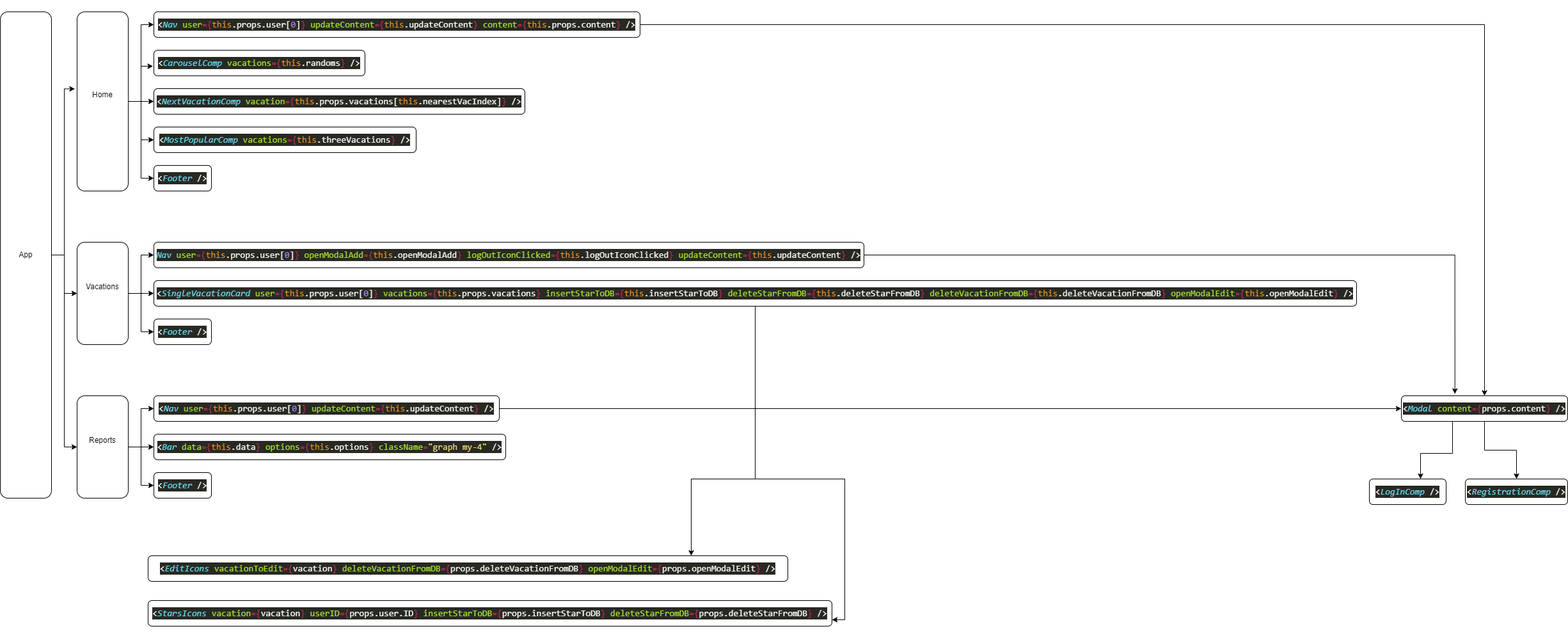
Before: test.png, a diagram exported from draw.io (EllieThor/VacationsReact). Source tidied: cells renumbered, new cells last; positions are measured from the earlier drawing's top-left corner, leaving out a move shared by most shapes.
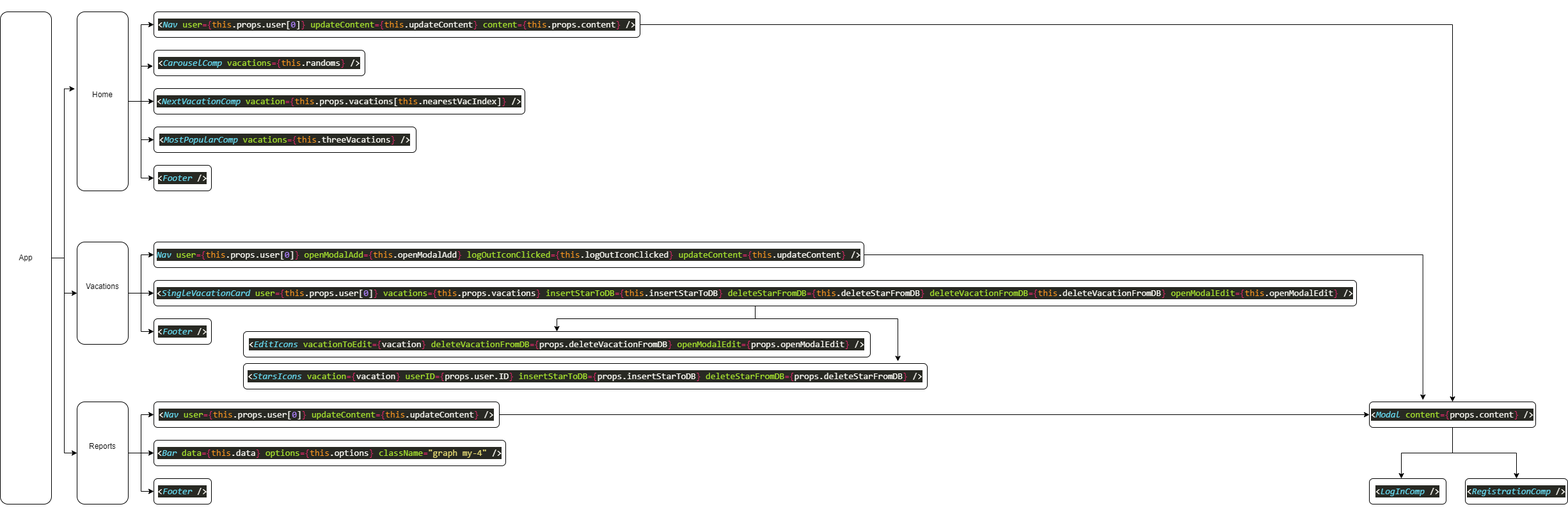
After the change.

Diff of the diagram source:
```diff
@@ -42,7 +42,7 @@
       <mxGeometry relative="1" as="geometry" />
     </mxCell>
     <mxCell id="15" value="&lt;div style=&quot;color: rgb(248 , 248 , 242) ; background-color: rgb(40 , 41 , 35) ; font-family: &amp;#34;consolas&amp;#34; , &amp;#34;courier new&amp;#34; , monospace ; font-size: 14px ; line-height: 19px&quot;&gt;&amp;lt;&lt;span style=&quot;color: #66d9ef ; font-style: italic&quot;&gt;Nav&lt;/span&gt; &lt;span style=&quot;color: #a6e22e&quot;&gt;user&lt;/span&gt;&lt;span style=&quot;color: #f92672&quot;&gt;={&lt;/span&gt;&lt;span style=&quot;color: #fd971f&quot;&gt;this&lt;/span&gt;.props.user[&lt;span style=&quot;color: #ae81ff&quot;&gt;0&lt;/span&gt;]&lt;span style=&quot;color: #f92672&quot;&gt;}&lt;/span&gt; &lt;span style=&quot;color: #a6e22e&quot;&gt;updateContent&lt;/span&gt;&lt;span style=&quot;color: #f92672&quot;&gt;={&lt;/span&gt;&lt;span style=&quot;color: #fd971f&quot;&gt;this&lt;/span&gt;.updateContent&lt;span style=&quot;color: #f92672&quot;&gt;}&lt;/span&gt; /&amp;gt;&lt;/div&gt;" style="whiteSpace=wrap;html=1;rounded=1;" parent="1" vertex="1">
-      <mxGeometry x="240" y="600" width="540" height="40" as="geometry" />
+      <mxGeometry x="240" y="610" width="540" height="40" as="geometry" />
     </mxCell>
     <mxCell id="16" style="edgeStyle=orthogonalEdgeStyle;rounded=0;jettySize=auto;html=1;entryX=0;entryY=0.5;entryDx=0;entryDy=0;" parent="1" edge="1" target="28">
       <mxGeometry relative="1" as="geometry">
@@ -75,13 +75,13 @@
       <mxGeometry relative="1" as="geometry" />
     </mxCell>
     <mxCell id="23" value="Reports&lt;br&gt;&lt;table&gt;&lt;tbody&gt;&lt;tr&gt;&lt;td&gt;&lt;/td&gt;&lt;td&gt;&lt;/td&gt;&lt;td&gt;&lt;br&gt;&lt;/td&gt;&lt;/tr&gt;&lt;/tbody&gt;&lt;/table&gt;" style="whiteSpace=wrap;html=1;rounded=1;" parent="1" vertex="1">
-      <mxGeometry x="120" y="600" width="80" height="160" as="geometry" />
+      <mxGeometry x="120" y="610" width="80" height="160" as="geometry" />
     </mxCell>
     <mxCell id="24" value="&#10;&#10;&lt;div style=&quot;color: rgb(248, 248, 242); background-color: rgb(40, 41, 35); font-family: consolas, &amp;quot;courier new&amp;quot;, monospace; font-weight: normal; font-size: 14px; line-height: 19px;&quot;&gt;&lt;div&gt;&lt;span style=&quot;color: #f8f8f2&quot;&gt;&amp;lt;&lt;/span&gt;&lt;span style=&quot;color: #66d9ef ; font-style: italic&quot;&gt;Bar&lt;/span&gt;&lt;span style=&quot;color: #f8f8f2&quot;&gt; &lt;/span&gt;&lt;span style=&quot;color: #a6e22e&quot;&gt;data&lt;/span&gt;&lt;span style=&quot;color: #f92672&quot;&gt;={&lt;/span&gt;&lt;span style=&quot;color: #fd971f&quot;&gt;this&lt;/span&gt;&lt;span style=&quot;color: #f8f8f2&quot;&gt;.data&lt;/span&gt;&lt;span style=&quot;color: #f92672&quot;&gt;}&lt;/span&gt;&lt;span style=&quot;color: #f8f8f2&quot;&gt; &lt;/span&gt;&lt;span style=&quot;color: #a6e22e&quot;&gt;options&lt;/span&gt;&lt;span style=&quot;color: #f92672&quot;&gt;={&lt;/span&gt;&lt;span style=&quot;color: #fd971f&quot;&gt;this&lt;/span&gt;&lt;span style=&quot;color: #f8f8f2&quot;&gt;.options&lt;/span&gt;&lt;span style=&quot;color: #f92672&quot;&gt;}&lt;/span&gt;&lt;span style=&quot;color: #f8f8f2&quot;&gt; &lt;/span&gt;&lt;span style=&quot;color: #a6e22e&quot;&gt;className&lt;/span&gt;&lt;span style=&quot;color: #f92672&quot;&gt;=&lt;/span&gt;&lt;span style=&quot;color: #e6db74&quot;&gt;&quot;graph my-4&quot;&lt;/span&gt;&lt;span style=&quot;color: #f8f8f2&quot;&gt; &lt;/span&gt;&lt;span style=&quot;color: #f8f8f2&quot;&gt;/&amp;gt;&lt;/span&gt;&lt;/div&gt;&lt;/div&gt;&#10;&#10;" style="whiteSpace=wrap;html=1;rounded=1;" parent="1" vertex="1">
-      <mxGeometry x="240" y="660" width="550" height="40" as="geometry" />
+      <mxGeometry x="240" y="670" width="550" height="40" as="geometry" />
     </mxCell>
     <mxCell id="25" value="&lt;div style=&quot;color: rgb(248 , 248 , 242) ; background-color: rgb(40 , 41 , 35) ; font-family: &amp;#34;consolas&amp;#34; , &amp;#34;courier new&amp;#34; , monospace ; font-size: 14px ; line-height: 19px&quot;&gt;&amp;lt;&lt;span style=&quot;color: #66d9ef ; font-style: italic&quot;&gt;Footer&lt;/span&gt; /&amp;gt;&lt;/div&gt;" style="whiteSpace=wrap;html=1;rounded=1;" parent="1" vertex="1">
-      <mxGeometry x="240" y="720" width="90" height="40" as="geometry" />
+      <mxGeometry x="240" y="730" width="90" height="40" as="geometry" />
     </mxCell>
     <mxCell id="26" style="edgeStyle=orthogonalEdgeStyle;rounded=0;jettySize=auto;html=1;entryX=0.322;entryY=-0.075;entryDx=0;entryDy=0;entryPerimeter=0;" parent="1" edge="1" source="27" target="38">
       <mxGeometry relative="1" as="geometry" />
@@ -92,23 +92,17 @@
     <mxCell id="28" value="&lt;div style=&quot;color: rgb(248 , 248 , 242) ; background-color: rgb(40 , 41 , 35) ; font-family: &amp;#34;consolas&amp;#34; , &amp;#34;courier new&amp;#34; , monospace ; font-size: 14px ; line-height: 19px&quot;&gt;&amp;lt;&lt;span style=&quot;color: #66d9ef ; font-style: italic&quot;&gt;Footer&lt;/span&gt; /&amp;gt;&lt;/div&gt;" style="whiteSpace=wrap;html=1;rounded=1;" parent="1" vertex="1">
       <mxGeometry x="240" y="480" width="90" height="40" as="geometry" />
     </mxCell>
+    <mxCell id="30" style="edgeStyle=orthogonalEdgeStyle;rounded=0;jettySize=auto;html=1;" parent="1" edge="1" source="31" target="42">
+      <mxGeometry relative="1" as="geometry" />
+    </mxCell>
-    <mxCell id="29" style="edgeStyle=orthogonalEdgeStyle;rounded=0;jettySize=auto;html=1;entryX=1;entryY=0.75;entryDx=0;entryDy=0;" parent="1" edge="1" source="31" target="41">
+    <mxCell id="29" style="edgeStyle=orthogonalEdgeStyle;rounded=0;jettySize=auto;html=1;entryX=0.957;entryY=-0.087;entryDx=0;entryDy=0;entryPerimeter=0;" parent="1" edge="1" source="31" target="41">
       <mxGeometry relative="1" as="geometry">
         <Array as="points">
-          <mxPoint x="1180" y="730" />
-          <mxPoint x="1320" y="730" />
-          <mxPoint x="1320" y="950" />
+          <mxPoint x="1180" y="480" />
+          <mxPoint x="1403" y="480" />
         </Array>
       </mxGeometry>
     </mxCell>
-    <mxCell id="30" style="edgeStyle=orthogonalEdgeStyle;rounded=0;jettySize=auto;html=1;" parent="1" edge="1" source="31" target="42">
-      <mxGeometry relative="1" as="geometry">
-        <Array as="points">
-          <mxPoint x="1180" y="730" />
-          <mxPoint x="1080" y="730" />
-        </Array>
-      </mxGeometry>
-    </mxCell>
     <mxCell id="31" value="&#10;&#10;&lt;div style=&quot;color: rgb(248, 248, 242); background-color: rgb(40, 41, 35); font-family: consolas, &amp;quot;courier new&amp;quot;, monospace; font-weight: normal; font-size: 14px; line-height: 19px;&quot;&gt;&lt;div&gt;&lt;span style=&quot;color: #f8f8f2&quot;&gt;&amp;lt;&lt;/span&gt;&lt;span style=&quot;color: #66d9ef ; font-style: italic&quot;&gt;SingleVacationCard&lt;/span&gt;&lt;span style=&quot;color: #f8f8f2&quot;&gt; &lt;/span&gt;&lt;span style=&quot;color: #a6e22e&quot;&gt;user&lt;/span&gt;&lt;span style=&quot;color: #f92672&quot;&gt;={&lt;/span&gt;&lt;span style=&quot;color: #fd971f&quot;&gt;this&lt;/span&gt;&lt;span style=&quot;color: #f8f8f2&quot;&gt;.props.user[&lt;/span&gt;&lt;span style=&quot;color: #ae81ff&quot;&gt;0&lt;/span&gt;&lt;span style=&quot;color: #f8f8f2&quot;&gt;]&lt;/span&gt;&lt;span style=&quot;color: #f92672&quot;&gt;}&lt;/span&gt;&lt;span style=&quot;color: #f8f8f2&quot;&gt; &lt;/span&gt;&lt;span style=&quot;color: #a6e22e&quot;&gt;vacations&lt;/span&gt;&lt;span style=&quot;color: #f92672&quot;&gt;={&lt;/span&gt;&lt;span style=&quot;color: #fd971f&quot;&gt;this&lt;/span&gt;&lt;span style=&quot;color: #f8f8f2&quot;&gt;.props.vacations&lt;/span&gt;&lt;span style=&quot;color: #f92672&quot;&gt;}&lt;/span&gt;&lt;span style=&quot;color: #f8f8f2&quot;&gt; &lt;/span&gt;&lt;span style=&quot;color: #a6e22e&quot;&gt;insertStarToDB&lt;/span&gt;&lt;span style=&quot;color: #f92672&quot;&gt;={&lt;/span&gt;&lt;span style=&quot;color: #fd971f&quot;&gt;this&lt;/span&gt;&lt;span style=&quot;color: #f8f8f2&quot;&gt;.insertStarToDB&lt;/span&gt;&lt;span style=&quot;color: #f92672&quot;&gt;}&lt;/span&gt;&lt;span style=&quot;color: #f8f8f2&quot;&gt; &lt;/span&gt;&lt;span style=&quot;color: #a6e22e&quot;&gt;deleteStarFromDB&lt;/span&gt;&lt;span style=&quot;color: #f92672&quot;&gt;={&lt;/span&gt;&lt;span style=&quot;color: #fd971f&quot;&gt;this&lt;/span&gt;&lt;span style=&quot;color: #f8f8f2&quot;&gt;.deleteStarFromDB&lt;/span&gt;&lt;span style=&quot;color: #f92672&quot;&gt;}&lt;/span&gt;&lt;span style=&quot;color: #f8f8f2&quot;&gt; &lt;/span&gt;&lt;span style=&quot;color: #a6e22e&quot;&gt;deleteVacationFromDB&lt;/span&gt;&lt;span style=&quot;color: #f92672&quot;&gt;={&lt;/span&gt;&lt;span style=&quot;color: #fd971f&quot;&gt;this&lt;/span&gt;&lt;span style=&quot;color: #f8f8f2&quot;&gt;.deleteVacationFromDB&lt;/span&gt;&lt;span style=&quot;color: #f92672&quot;&gt;}&lt;/span&gt;&lt;span style=&quot;color: #f8f8f2&quot;&gt; &lt;/span&gt;&lt;span style=&quot;color: #a6e22e&quot;&gt;openModalEdit&lt;/span&gt;&lt;span style=&quot;color: #f92672&quot;&gt;={&lt;/span&gt;&lt;span style=&quot;color: #fd971f&quot;&gt;this&lt;/span&gt;&lt;span style=&quot;color: #f8f8f2&quot;&gt;.openModalEdit&lt;/span&gt;&lt;span style=&quot;color: #f92672&quot;&gt;}&lt;/span&gt;&lt;span style=&quot;color: #f8f8f2&quot;&gt; &lt;/span&gt;&lt;span style=&quot;color: #f8f8f2&quot;&gt;/&amp;gt;&lt;/span&gt;&lt;/div&gt;&lt;/div&gt;&#10;&#10;" style="whiteSpace=wrap;html=1;rounded=1;" parent="1" vertex="1">
       <mxGeometry x="240" y="420" width="1880" height="40" as="geometry" />
     </mxCell>
@@ -122,7 +116,7 @@
       <mxGeometry relative="1" as="geometry" />
     </mxCell>
     <mxCell id="35" value="App" style="rounded=1;whiteSpace=wrap;html=1;" parent="1" vertex="1">
-      <mxGeometry width="80" height="760" as="geometry" />
+      <mxGeometry width="80" height="770" as="geometry" />
     </mxCell>
     <mxCell id="36" style="edgeStyle=orthogonalEdgeStyle;rounded=0;jettySize=auto;html=1;" parent="1" edge="1" source="38" target="39">
       <mxGeometry relative="1" as="geometry" />
@@ -131,12 +125,12 @@
       <mxGeometry relative="1" as="geometry">
         <Array as="points">
           <mxPoint x="2270" y="690" />
-          <mxPoint x="2220" y="690" />
+          <mxPoint x="2190" y="690" />
         </Array>
       </mxGeometry>
     </mxCell>
     <mxCell id="38" value="&#10;&#10;&lt;div style=&quot;color: rgb(248, 248, 242); background-color: rgb(40, 41, 35); font-family: consolas, &amp;quot;courier new&amp;quot;, monospace; font-weight: normal; font-size: 14px; line-height: 19px;&quot;&gt;&lt;div&gt;&lt;span style=&quot;color: #f8f8f2&quot;&gt;&amp;lt;&lt;/span&gt;&lt;span style=&quot;color: #66d9ef ; font-style: italic&quot;&gt;Modal&lt;/span&gt;&lt;span style=&quot;color: #f8f8f2&quot;&gt; &lt;/span&gt;&lt;span style=&quot;color: #a6e22e&quot;&gt;content&lt;/span&gt;&lt;span style=&quot;color: #f92672&quot;&gt;={&lt;/span&gt;&lt;span style=&quot;color: #f8f8f2&quot;&gt;props.content&lt;/span&gt;&lt;span style=&quot;color: #f92672&quot;&gt;}&lt;/span&gt;&lt;span style=&quot;color: #f8f8f2&quot;&gt; &lt;/span&gt;&lt;span style=&quot;color: #f8f8f2&quot;&gt;/&amp;gt;&lt;/span&gt;&lt;/div&gt;&lt;/div&gt;&#10;&#10;" style="whiteSpace=wrap;html=1;rounded=1;" parent="1" vertex="1">
-      <mxGeometry x="2190" y="600" width="260" height="40" as="geometry" />
+      <mxGeometry x="2140" y="610" width="260" height="40" as="geometry" />
     </mxCell>
     <mxCell id="39" value="&#10;&#10;&lt;div style=&quot;color: rgb(248, 248, 242); background-color: rgb(40, 41, 35); font-family: consolas, &amp;quot;courier new&amp;quot;, monospace; font-weight: normal; font-size: 14px; line-height: 19px;&quot;&gt;&lt;div&gt;&lt;span style=&quot;color: #f8f8f2&quot;&gt;&amp;lt;&lt;/span&gt;&lt;span style=&quot;color: #66d9ef ; font-style: italic&quot;&gt;RegistrationComp&lt;/span&gt;&lt;span style=&quot;color: #f8f8f2&quot;&gt; &lt;/span&gt;&lt;span style=&quot;color: #f8f8f2&quot;&gt;/&amp;gt;&lt;/span&gt;&lt;/div&gt;&lt;/div&gt;&#10;&#10;" style="whiteSpace=wrap;html=1;rounded=1;" parent="1" vertex="1">
       <mxGeometry x="2290" y="730" width="160" height="40" as="geometry" />
@@ -145,10 +139,10 @@
       <mxGeometry x="2140" y="730" width="120" height="40" as="geometry" />
     </mxCell>
     <mxCell id="41" value="&#10;&#10;&lt;div style=&quot;color: rgb(248, 248, 242); background-color: rgb(40, 41, 35); font-family: consolas, &amp;quot;courier new&amp;quot;, monospace; font-weight: normal; font-size: 14px; line-height: 19px;&quot;&gt;&lt;div&gt;&lt;span style=&quot;color: #f8f8f2&quot;&gt;&amp;lt;&lt;/span&gt;&lt;span style=&quot;color: #66d9ef ; font-style: italic&quot;&gt;StarsIcons&lt;/span&gt;&lt;span style=&quot;color: #f8f8f2&quot;&gt; &lt;/span&gt;&lt;span style=&quot;color: #a6e22e&quot;&gt;vacation&lt;/span&gt;&lt;span style=&quot;color: #f92672&quot;&gt;={&lt;/span&gt;&lt;span style=&quot;color: #f8f8f2&quot;&gt;vacation&lt;/span&gt;&lt;span style=&quot;color: #f92672&quot;&gt;}&lt;/span&gt;&lt;span style=&quot;color: #f8f8f2&quot;&gt; &lt;/span&gt;&lt;span style=&quot;color: #a6e22e&quot;&gt;userID&lt;/span&gt;&lt;span style=&quot;color: #f92672&quot;&gt;={&lt;/span&gt;&lt;span style=&quot;color: #f8f8f2&quot;&gt;props.user.ID&lt;/span&gt;&lt;span style=&quot;color: #f92672&quot;&gt;}&lt;/span&gt;&lt;span style=&quot;color: #f8f8f2&quot;&gt; &lt;/span&gt;&lt;span style=&quot;color: #a6e22e&quot;&gt;insertStarToDB&lt;/span&gt;&lt;span style=&quot;color: #f92672&quot;&gt;={&lt;/span&gt;&lt;span style=&quot;color: #f8f8f2&quot;&gt;props.insertStarToDB&lt;/span&gt;&lt;span style=&quot;color: #f92672&quot;&gt;}&lt;/span&gt;&lt;span style=&quot;color: #f8f8f2&quot;&gt; &lt;/span&gt;&lt;span style=&quot;color: #a6e22e&quot;&gt;deleteStarFromDB&lt;/span&gt;&lt;span style=&quot;color: #f92672&quot;&gt;={&lt;/span&gt;&lt;span style=&quot;color: #f8f8f2&quot;&gt;props.deleteStarFromDB&lt;/span&gt;&lt;span style=&quot;color: #f92672&quot;&gt;}&lt;/span&gt;&lt;span style=&quot;color: #f8f8f2&quot;&gt; &lt;/span&gt;&lt;span style=&quot;color: #f8f8f2&quot;&gt;/&amp;gt;&lt;/span&gt;&lt;/div&gt;&lt;/div&gt;&#10;&#10;" style="whiteSpace=wrap;html=1;rounded=1;" parent="1" vertex="1">
-      <mxGeometry x="231" y="920" width="1069" height="40" as="geometry" />
+      <mxGeometry x="380" y="550" width="1069" height="40" as="geometry" />
     </mxCell>
     <mxCell id="42" value="&#10;&#10;&lt;div style=&quot;color: rgb(248, 248, 242); background-color: rgb(40, 41, 35); font-family: consolas, &amp;quot;courier new&amp;quot;, monospace; font-weight: normal; font-size: 14px; line-height: 19px;&quot;&gt;&lt;div&gt;&lt;span style=&quot;color: #f8f8f2&quot;&gt;&amp;lt;&lt;/span&gt;&lt;span style=&quot;color: #66d9ef ; font-style: italic&quot;&gt;EditIcons&lt;/span&gt;&lt;span style=&quot;color: #f8f8f2&quot;&gt; &lt;/span&gt;&lt;span style=&quot;color: #a6e22e&quot;&gt;vacationToEdit&lt;/span&gt;&lt;span style=&quot;color: #f92672&quot;&gt;={&lt;/span&gt;&lt;span style=&quot;color: #f8f8f2&quot;&gt;vacation&lt;/span&gt;&lt;span style=&quot;color: #f92672&quot;&gt;}&lt;/span&gt;&lt;span style=&quot;color: #f8f8f2&quot;&gt; &lt;/span&gt;&lt;span style=&quot;color: #a6e22e&quot;&gt;deleteVacationFromDB&lt;/span&gt;&lt;span style=&quot;color: #f92672&quot;&gt;={&lt;/span&gt;&lt;span style=&quot;color: #f8f8f2&quot;&gt;props.deleteVacationFromDB&lt;/span&gt;&lt;span style=&quot;color: #f92672&quot;&gt;}&lt;/span&gt;&lt;span style=&quot;color: #f8f8f2&quot;&gt; &lt;/span&gt;&lt;span style=&quot;color: #a6e22e&quot;&gt;openModalEdit&lt;/span&gt;&lt;span style=&quot;color: #f92672&quot;&gt;={&lt;/span&gt;&lt;span style=&quot;color: #f8f8f2&quot;&gt;props.openModalEdit&lt;/span&gt;&lt;span style=&quot;color: #f92672&quot;&gt;}&lt;/span&gt;&lt;span style=&quot;color: #f8f8f2&quot;&gt; &lt;/span&gt;&lt;span style=&quot;color: #f8f8f2&quot;&gt;/&amp;gt;&lt;/span&gt;&lt;/div&gt;&lt;/div&gt;&#10;&#10;" style="whiteSpace=wrap;html=1;rounded=1;" parent="1" vertex="1">
-      <mxGeometry x="231" y="850" width="1000" height="40" as="geometry" />
+      <mxGeometry x="380" y="500" width="980" height="40" as="geometry" />
     </mxCell>
   </root>
 </mxGraphModel>
```
